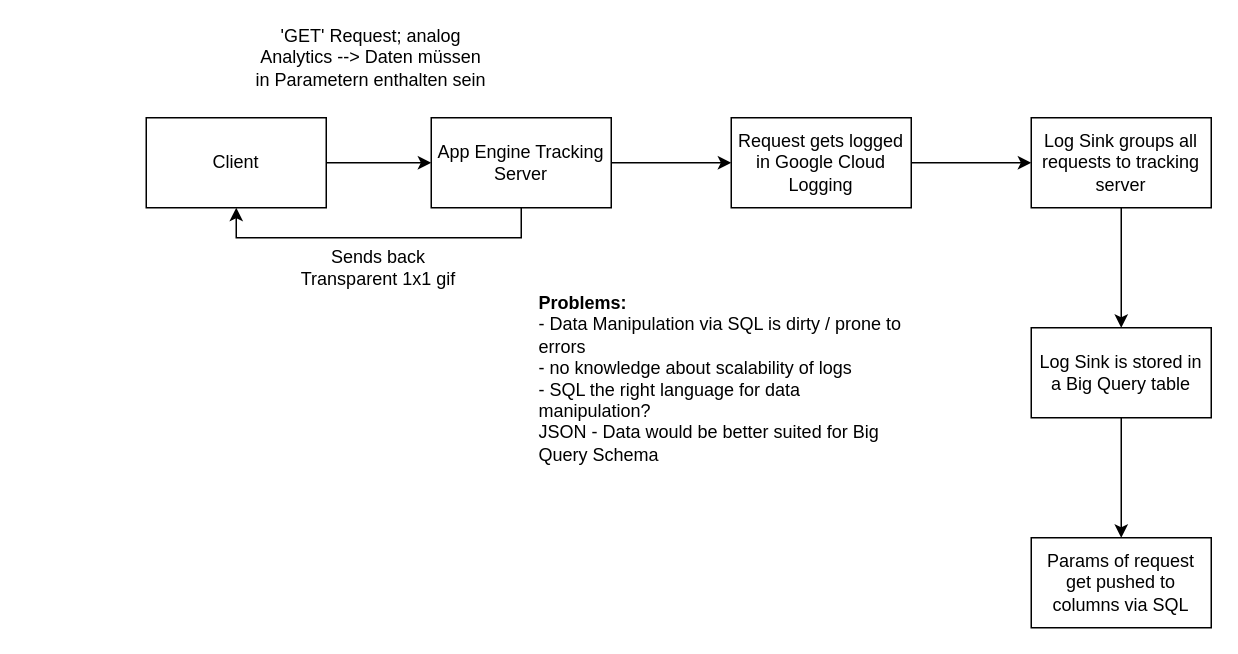
Saxinov/app-mvp keeps this draw.io diagram as Untitled Diagram.drawio. Above is the earlier version. Source tidied: cells renumbered, new cells numbered last; positions are measured from the earlier drawing's top-left corner, leaving out a move shared by most shapes. Both pictures are drawn from the tidied source at 150%, with x=0, y=0 at pixel (146, 42).
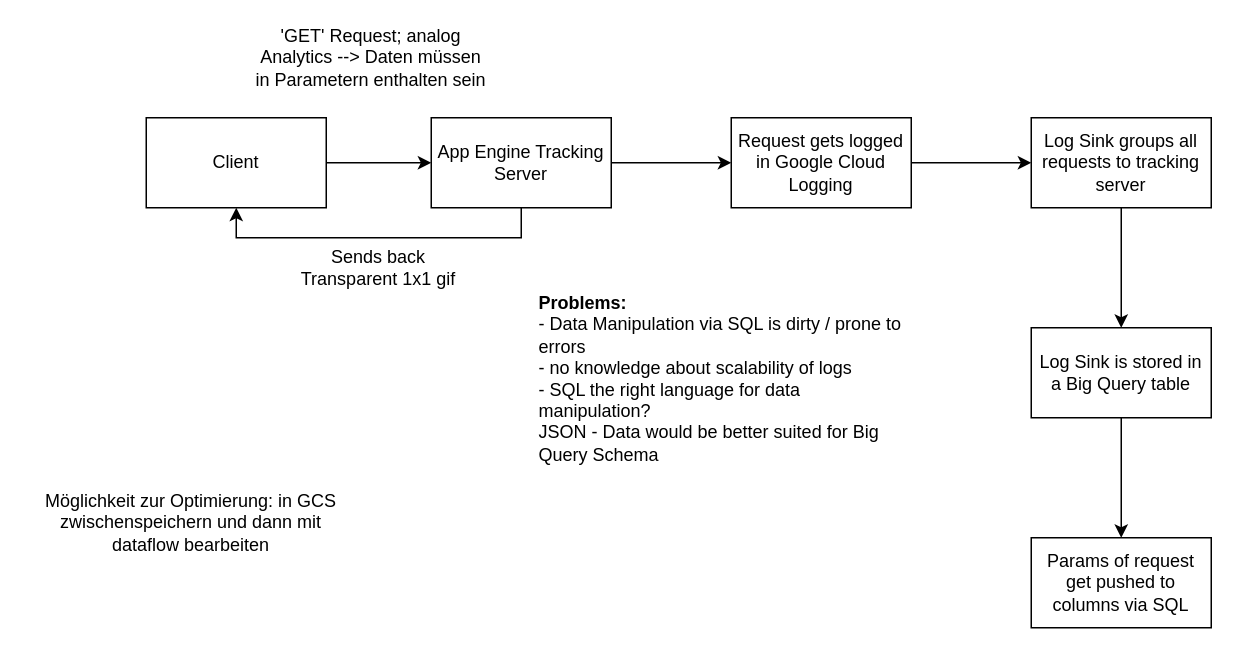
Above is the later version.

The edit, as a diff of the source:
```diff
@@
 <mxGraphModel>
   <root>
     <mxCell id="0" />
     <mxCell id="1" parent="0" />
     <mxCell id="2" style="edgeStyle=orthogonalEdgeStyle;rounded=0;jettySize=auto;html=1;exitX=1;exitY=0.5;exitDx=0;exitDy=0;entryX=0;entryY=0.5;entryDx=0;entryDy=0;" parent="1" edge="1" source="3" target="6">
       <mxGeometry relative="1" as="geometry" />
     </mxCell>
     <mxCell id="3" value="Client" style="rounded=0;whiteSpace=wrap;html=1;" parent="1" vertex="1">
       <mxGeometry y="50" width="120" height="60" as="geometry" />
     </mxCell>
     <mxCell id="4" style="edgeStyle=orthogonalEdgeStyle;rounded=0;jettySize=auto;html=1;exitX=0.5;exitY=1;exitDx=0;exitDy=0;entryX=0.5;entryY=1;entryDx=0;entryDy=0;" parent="1" edge="1" source="6" target="3">
       <mxGeometry relative="1" as="geometry" />
     </mxCell>
     <mxCell id="5" style="edgeStyle=orthogonalEdgeStyle;rounded=0;jettySize=auto;html=1;" parent="1" edge="1" source="6" target="10">
       <mxGeometry relative="1" as="geometry" />
     </mxCell>
     <mxCell id="6" value="App Engine Tracking Server" style="rounded=0;whiteSpace=wrap;html=1;" parent="1" vertex="1">
       <mxGeometry x="190" y="50" width="120" height="60" as="geometry" />
     </mxCell>
     <mxCell id="7" value="'GET' Request; analog Analytics --&amp;gt; Daten müssen in Parametern enthalten sein" style="text;html=1;strokeColor=none;fillColor=none;align=center;verticalAlign=middle;whiteSpace=wrap;rounded=0;" parent="1" vertex="1">
       <mxGeometry x="70" width="160" height="20" as="geometry" />
     </mxCell>
     <mxCell id="8" value="Sends back Transparent 1x1 gif" style="text;html=1;strokeColor=none;fillColor=none;align=center;verticalAlign=middle;whiteSpace=wrap;rounded=0;" parent="1" vertex="1">
       <mxGeometry x="100" y="140" width="110" height="20" as="geometry" />
     </mxCell>
     <mxCell id="9" style="edgeStyle=orthogonalEdgeStyle;rounded=0;jettySize=auto;html=1;" parent="1" edge="1" source="10" target="12">
       <mxGeometry relative="1" as="geometry" />
     </mxCell>
     <mxCell id="10" value="Request gets logged in Google Cloud Logging" style="whiteSpace=wrap;html=1;rounded=0;" parent="1" vertex="1">
       <mxGeometry x="390" y="50" width="120" height="60" as="geometry" />
     </mxCell>
     <mxCell id="11" style="edgeStyle=orthogonalEdgeStyle;rounded=0;jettySize=auto;html=1;" parent="1" edge="1" source="12" target="14">
       <mxGeometry relative="1" as="geometry" />
     </mxCell>
     <mxCell id="12" value="Log Sink groups all requests to tracking server" style="whiteSpace=wrap;html=1;rounded=0;" parent="1" vertex="1">
       <mxGeometry x="590" y="50" width="120" height="60" as="geometry" />
     </mxCell>
     <mxCell id="13" style="edgeStyle=orthogonalEdgeStyle;rounded=0;jettySize=auto;html=1;" parent="1" edge="1" source="14" target="15">
       <mxGeometry relative="1" as="geometry" />
     </mxCell>
     <mxCell id="14" value="Log Sink is stored in a Big Query table" style="whiteSpace=wrap;html=1;rounded=0;" parent="1" vertex="1">
       <mxGeometry x="590" y="190" width="120" height="60" as="geometry" />
     </mxCell>
     <mxCell id="15" value="Params of request get pushed to columns via SQL " style="whiteSpace=wrap;html=1;rounded=0;" parent="1" vertex="1">
       <mxGeometry x="590" y="330" width="120" height="60" as="geometry" />
     </mxCell>
     <mxCell id="16" value="&lt;div&gt;&lt;b&gt;Problems:&lt;/b&gt;&lt;br&gt;&lt;/div&gt;&lt;div&gt;- Data Manipulation via SQL is dirty / prone to errors&lt;/div&gt;&lt;div&gt;- no knowledge about scalability of logs&lt;/div&gt;&lt;div&gt;- SQL the right language for data manipulation?&lt;br&gt;&lt;/div&gt;&lt;div&gt;JSON - Data would be better suited for Big Query Schema&lt;br&gt;&lt;/div&gt;" style="text;html=1;strokeColor=none;fillColor=none;align=left;verticalAlign=middle;whiteSpace=wrap;rounded=0;" parent="1" vertex="1">
       <mxGeometry x="260" y="214" width="250" height="20" as="geometry" />
     </mxCell>
+    <mxCell id="17" value="Möglichkeit zur Optimierung: in GCS zwischenspeichern und dann mit dataflow bearbeiten" style="text;html=1;strokeColor=none;fillColor=none;align=center;verticalAlign=middle;whiteSpace=wrap;rounded=0;" parent="1" vertex="1">
+      <mxGeometry x="-80" y="310" width="220" height="20" as="geometry" />
+    </mxCell>
   </root>
 </mxGraphModel>
```
